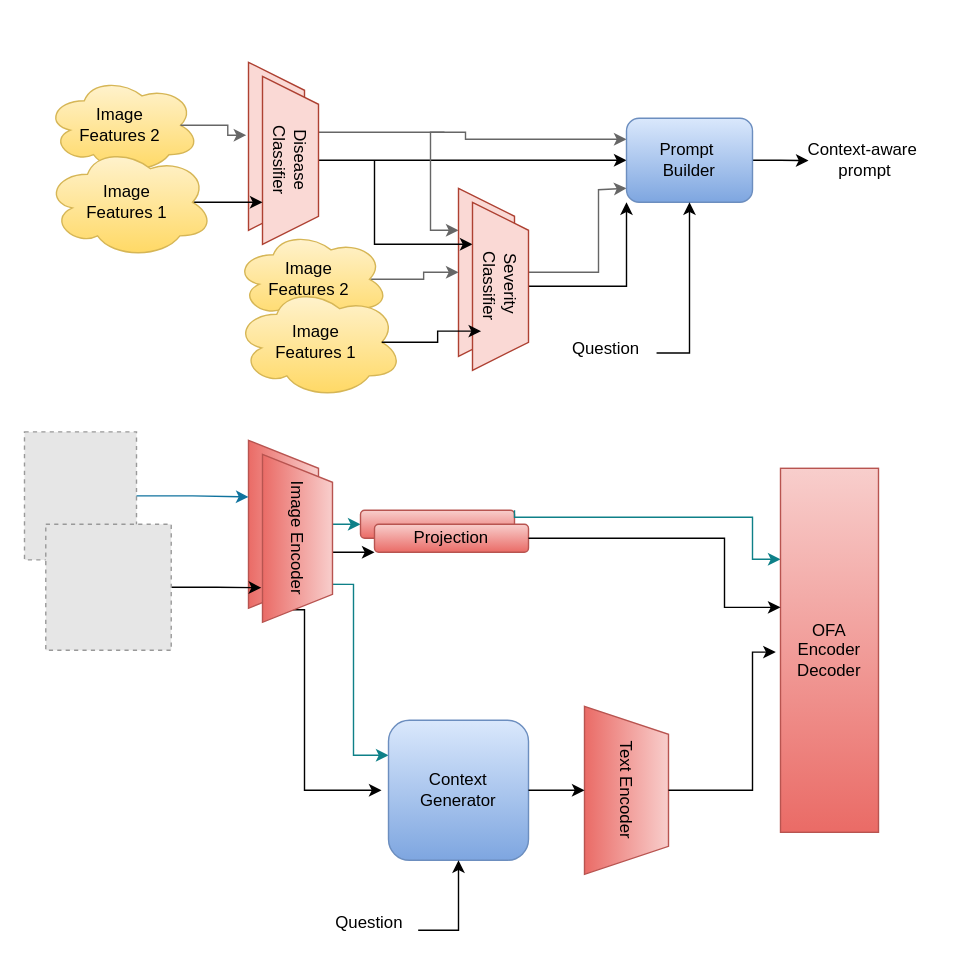
Before: page "Page-2" (2 of 2) of figure/Untitled Diagram.drawio in sebtum/context-aware-diffvqa, a draw.io diagram. Source tidied: cells renumbered, new cells numbered last; positions are measured from the earlier drawing's top-left corner, leaving out a move shared by most shapes. Both pictures are drawn from the tidied source at 140%, with x=0, y=0 at pixel (24, 76). Pictures stored in the file or linked from it are replaced by grey dashed boxes.
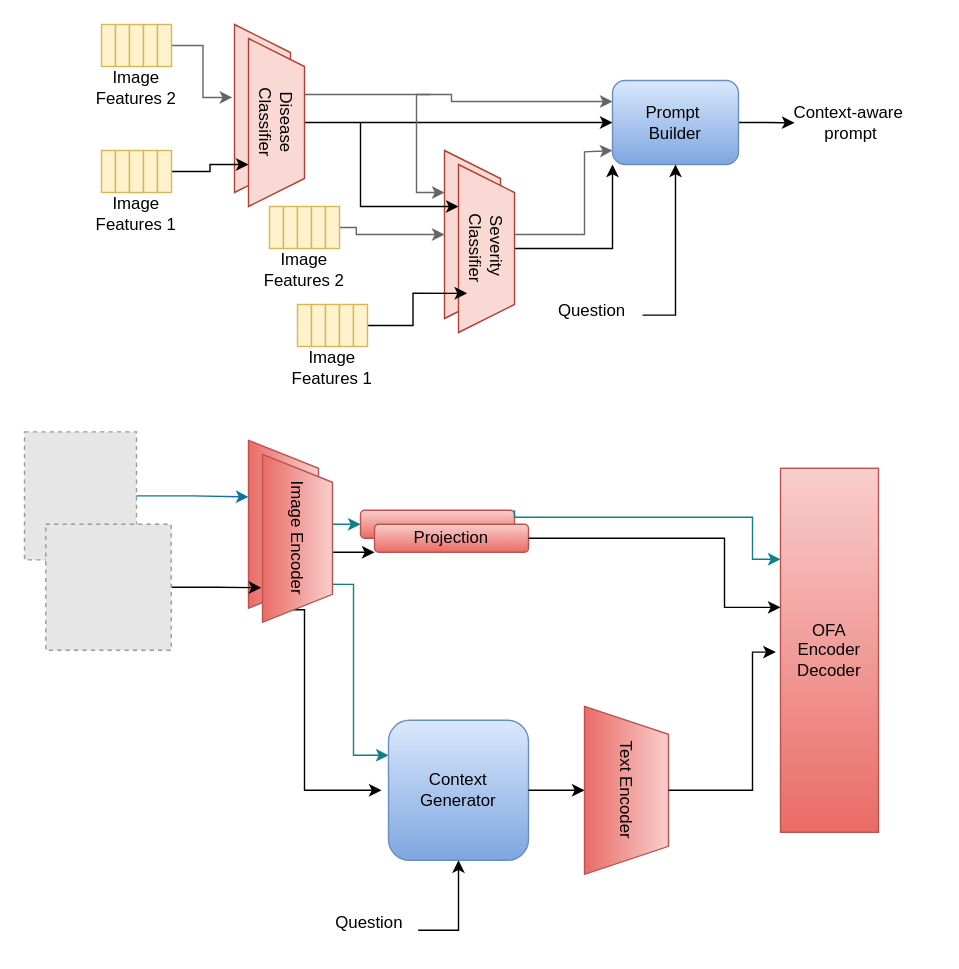
The same page after the edit.

Diff of the diagram source:
```diff
@@
-    <mxCell id="2" value="Image&amp;nbsp;&lt;div&gt;Features 2&amp;nbsp;&lt;/div&gt;" style="ellipse;shape=cloud;whiteSpace=wrap;html=1;fillColor=#fff2cc;gradientColor=#ffd966;strokeColor=#d6b656;" parent="1" vertex="1">
-      <mxGeometry x="15.2" width="110" height="70" as="geometry" />
-    </mxCell>
     <mxCell id="3" style="edgeStyle=orthogonalEdgeStyle;rounded=0;jettySize=auto;html=1;exitX=0.5;exitY=0;exitDx=0;exitDy=0;entryX=0;entryY=0.25;entryDx=0;entryDy=0;fillColor=#f5f5f5;gradientColor=#b3b3b3;strokeColor=#666666;" parent="1" edge="1" source="4" target="35">
       <mxGeometry relative="1" as="geometry">
         <Array as="points">
-          <mxPoint x="200" y="40" />
-          <mxPoint x="315" y="40" />
-          <mxPoint x="315" y="45" />
+          <mxPoint x="190" y="13" />
+          <mxPoint x="305" y="13" />
+          <mxPoint x="305" y="18" />
         </Array>
       </mxGeometry>
     </mxCell>
     <mxCell id="4" style="shape=trapezoid;perimeter=trapezoidPerimeter;whiteSpace=wrap;html=1;fixedSize=1;size=20;rotation=90;fillColor=#fad9d5;strokeColor=#ae4132;" parent="1" vertex="1">
-      <mxGeometry x="120" y="30" width="120" height="40" as="geometry" />
+      <mxGeometry x="110" y="3" width="120" height="40" as="geometry" />
     </mxCell>
@@
     <mxCell id="27" value="Disease&lt;div&gt;Classifier&lt;/div&gt;" style="shape=trapezoid;perimeter=trapezoidPerimeter;whiteSpace=wrap;html=1;fixedSize=1;size=20;rotation=90;fillColor=#fad9d5;strokeColor=#ae4132;" parent="1" vertex="1">
-      <mxGeometry x="130" y="40" width="120" height="40" as="geometry" />
+      <mxGeometry x="120" y="13" width="120" height="40" as="geometry" />
     </mxCell>
     <mxCell id="28" style="edgeStyle=orthogonalEdgeStyle;rounded=0;jettySize=auto;html=1;exitX=0.5;exitY=0;exitDx=0;exitDy=0;fillColor=#f5f5f5;gradientColor=#b3b3b3;strokeColor=#666666;" parent="1" edge="1" source="30">
       <mxGeometry relative="1" as="geometry">
-        <mxPoint x="430" y="80" as="targetPoint" />
+        <mxPoint x="420" y="53" as="targetPoint" />
         <Array as="points">
-          <mxPoint x="410" y="140" />
-          <mxPoint x="410" y="81" />
-          <mxPoint x="430" y="81" />
+          <mxPoint x="400" y="113" />
+          <mxPoint x="400" y="54" />
+          <mxPoint x="420" y="54" />
         </Array>
       </mxGeometry>
     </mxCell>
     <mxCell id="29" style="edgeStyle=orthogonalEdgeStyle;rounded=0;jettySize=auto;html=1;exitX=0.25;exitY=1;exitDx=0;exitDy=0;fillColor=#f5f5f5;gradientColor=#b3b3b3;strokeColor=#666666;entryX=0.25;entryY=1;entryDx=0;entryDy=0;" parent="1" edge="1" target="30">
       <mxGeometry relative="1" as="geometry">
-        <mxPoint x="300" y="40" as="sourcePoint" />
+        <mxPoint x="290" y="13" as="sourcePoint" />
         <Array as="points">
-          <mxPoint x="290" y="40" />
-          <mxPoint x="290" y="110" />
+          <mxPoint x="280" y="13" />
+          <mxPoint x="280" y="83" />
         </Array>
       </mxGeometry>
     </mxCell>
     <mxCell id="30" style="shape=trapezoid;perimeter=trapezoidPerimeter;whiteSpace=wrap;html=1;fixedSize=1;size=20;rotation=90;fillColor=#fad9d5;strokeColor=#ae4132;" parent="1" vertex="1">
-      <mxGeometry x="270" y="120" width="120" height="40" as="geometry" />
+      <mxGeometry x="260" y="93" width="120" height="40" as="geometry" />
     </mxCell>
     <mxCell id="31" style="edgeStyle=orthogonalEdgeStyle;rounded=0;jettySize=auto;html=1;exitX=0.5;exitY=1;exitDx=0;exitDy=0;entryX=0.25;entryY=1;entryDx=0;entryDy=0;" parent="1" edge="1" target="33">
       <mxGeometry relative="1" as="geometry">
-        <mxPoint x="250" y="60" as="sourcePoint" />
+        <mxPoint x="240" y="33" as="sourcePoint" />
         <Array as="points">
-          <mxPoint x="250" y="120" />
+          <mxPoint x="240" y="93" />
         </Array>
       </mxGeometry>
     </mxCell>
@@
     <mxCell id="33" value="Severity&amp;nbsp;&lt;div&gt;Classifier&lt;/div&gt;" style="shape=trapezoid;perimeter=trapezoidPerimeter;whiteSpace=wrap;html=1;fixedSize=1;size=20;rotation=90;fillColor=#fad9d5;strokeColor=#ae4132;" parent="1" vertex="1">
-      <mxGeometry x="280" y="130" width="120" height="40" as="geometry" />
+      <mxGeometry x="270" y="103" width="120" height="40" as="geometry" />
     </mxCell>
     <mxCell id="34" style="edgeStyle=orthogonalEdgeStyle;rounded=0;jettySize=auto;html=1;exitX=1;exitY=0.5;exitDx=0;exitDy=0;" parent="1" edge="1" source="35">
       <mxGeometry relative="1" as="geometry">
-        <mxPoint x="560" y="60.2" as="targetPoint" />
+        <mxPoint x="550" y="33.2" as="targetPoint" />
       </mxGeometry>
     </mxCell>
     <mxCell id="35" value="Prompt&amp;nbsp;&lt;div&gt;Builder&lt;/div&gt;" style="rounded=1;whiteSpace=wrap;html=1;fillColor=#dae8fc;gradientColor=#7ea6e0;strokeColor=#6c8ebf;" parent="1" vertex="1">
-      <mxGeometry x="430" y="30" width="90" height="60" as="geometry" />
+      <mxGeometry x="420" y="3" width="90" height="60" as="geometry" />
     </mxCell>
     <mxCell id="36" value="Question" style="text;html=1;align=center;verticalAlign=middle;points=[];strokeColor=none;fillColor=none;" parent="1" vertex="1">
-      <mxGeometry x="380" y="180" width="70" height="30" as="geometry" />
+      <mxGeometry x="370" y="153" width="70" height="30" as="geometry" />
     </mxCell>
     <mxCell id="37" style="edgeStyle=orthogonalEdgeStyle;rounded=0;jettySize=auto;html=1;exitX=1.021;exitY=0.587;exitDx=0;exitDy=0;entryX=0.5;entryY=1;entryDx=0;entryDy=0;exitPerimeter=0;" parent="1" edge="1" source="36" target="35">
       <mxGeometry relative="1" as="geometry">
         <Array as="points">
-          <mxPoint x="475" y="198" />
+          <mxPoint x="465" y="171" />
         </Array>
       </mxGeometry>
     </mxCell>
-    <mxCell id="38" style="edgeStyle=orthogonalEdgeStyle;rounded=0;jettySize=auto;html=1;exitX=0.875;exitY=0.5;exitDx=0;exitDy=0;exitPerimeter=0;entryX=0.75;entryY=1;entryDx=0;entryDy=0;" parent="1" edge="1" source="39" target="27">
+    <mxCell id="38" style="edgeStyle=orthogonalEdgeStyle;rounded=0;jettySize=auto;html=1;exitX=1;exitY=0.5;exitDx=0;exitDy=0;entryX=0.75;entryY=1;entryDx=0;entryDy=0;" parent="1" edge="1" source="77" target="27">
       <mxGeometry relative="1" as="geometry" />
     </mxCell>
-    <mxCell id="39" value="Image&amp;nbsp;&lt;div&gt;Features 1&amp;nbsp;&lt;/div&gt;" style="ellipse;shape=cloud;whiteSpace=wrap;html=1;fillColor=#fff2cc;gradientColor=#ffd966;strokeColor=#d6b656;" parent="1" vertex="1">
-      <mxGeometry x="15" y="50" width="120" height="80" as="geometry" />
-    </mxCell>
-    <mxCell id="40" style="edgeStyle=orthogonalEdgeStyle;rounded=0;jettySize=auto;html=1;exitX=0.875;exitY=0.5;exitDx=0;exitDy=0;exitPerimeter=0;entryX=0.434;entryY=1.04;entryDx=0;entryDy=0;entryPerimeter=0;fillColor=#f5f5f5;gradientColor=#b3b3b3;strokeColor=#666666;" parent="1" edge="1" source="2" target="4">
+    <mxCell id="40" style="edgeStyle=orthogonalEdgeStyle;rounded=0;jettySize=auto;html=1;exitX=1;exitY=0.5;exitDx=0;exitDy=0;entryX=0.434;entryY=1.04;entryDx=0;entryDy=0;entryPerimeter=0;fillColor=#f5f5f5;gradientColor=#b3b3b3;strokeColor=#666666;" parent="1" edge="1" source="69" target="4">
       <mxGeometry relative="1" as="geometry" />
     </mxCell>
-    <mxCell id="41" style="edgeStyle=orthogonalEdgeStyle;rounded=0;jettySize=auto;html=1;exitX=0.875;exitY=0.5;exitDx=0;exitDy=0;exitPerimeter=0;entryX=0.5;entryY=1;entryDx=0;entryDy=0;fillColor=#f5f5f5;gradientColor=#b3b3b3;strokeColor=#666666;" parent="1" edge="1" source="42" target="30">
-      <mxGeometry relative="1" as="geometry" />
+    <mxCell id="41" style="edgeStyle=orthogonalEdgeStyle;rounded=0;jettySize=auto;html=1;exitX=1;exitY=0.5;exitDx=0;exitDy=0;entryX=0.5;entryY=1;entryDx=0;entryDy=0;fillColor=#f5f5f5;gradientColor=#b3b3b3;strokeColor=#666666;" parent="1" edge="1" source="53" target="30">
+      <mxGeometry relative="1" as="geometry">
+        <Array as="points">
+          <mxPoint x="237" y="108" />
+          <mxPoint x="237" y="113" />
+        </Array>
+      </mxGeometry>
     </mxCell>
-    <mxCell id="42" value="Image&amp;nbsp;&lt;div&gt;Features 2&amp;nbsp;&lt;/div&gt;" style="ellipse;shape=cloud;whiteSpace=wrap;html=1;fillColor=#fff2cc;gradientColor=#ffd966;strokeColor=#d6b656;" parent="1" vertex="1">
-      <mxGeometry x="150.2" y="110" width="110" height="70" as="geometry" />
-    </mxCell>
-    <mxCell id="43" value="Image&amp;nbsp;&lt;div&gt;Features 1&amp;nbsp;&lt;/div&gt;" style="ellipse;shape=cloud;whiteSpace=wrap;html=1;fillColor=#fff2cc;gradientColor=#ffd966;strokeColor=#d6b656;" parent="1" vertex="1">
-      <mxGeometry x="150.2" y="150" width="120" height="80" as="geometry" />
-    </mxCell>
-    <mxCell id="44" style="edgeStyle=orthogonalEdgeStyle;rounded=0;jettySize=auto;html=1;exitX=0.875;exitY=0.5;exitDx=0;exitDy=0;exitPerimeter=0;entryX=0.767;entryY=0.846;entryDx=0;entryDy=0;entryPerimeter=0;" parent="1" edge="1" source="43" target="33">
+    <mxCell id="44" style="edgeStyle=orthogonalEdgeStyle;rounded=0;jettySize=auto;html=1;exitX=1;exitY=0.5;exitDx=0;exitDy=0;entryX=0.767;entryY=0.846;entryDx=0;entryDy=0;entryPerimeter=0;" parent="1" edge="1" source="61" target="33">
       <mxGeometry relative="1" as="geometry" />
     </mxCell>
     <mxCell id="45" value="Context-&lt;span style=&quot;background-color: transparent; color: light-dark(rgb(0, 0, 0), rgb(255, 255, 255));&quot;&gt;aware&amp;nbsp;&lt;/span&gt;&lt;div&gt;&lt;span style=&quot;background-color: transparent; color: light-dark(rgb(0, 0, 0), rgb(255, 255, 255));&quot;&gt;prompt&lt;/span&gt;&lt;/div&gt;" style="text;html=1;align=center;verticalAlign=middle;strokeColor=none;fillColor=none;" parent="1" vertex="1">
-      <mxGeometry x="550" y="40" width="100" height="40" as="geometry" />
+      <mxGeometry x="540" y="13" width="100" height="40" as="geometry" />
     </mxCell>
+    <mxCell id="46" style="group;" parent="1" vertex="1">
+      <mxGeometry x="170" y="93" width="60" height="60" as="geometry" />
+    </mxCell>
+    <mxCell id="47" value="Image Features 2" style="text;html=1;align=center;verticalAlign=middle;whiteSpace=wrap;rounded=0;" parent="46" vertex="1">
+      <mxGeometry y="30" width="60" height="30" as="geometry" />
+    </mxCell>
+    <mxCell id="48" style="group;" parent="46" vertex="1">
+      <mxGeometry x="5" width="50" height="30" as="geometry" />
+    </mxCell>
+    <mxCell id="49" style="rounded=0;whiteSpace=wrap;html=1;fillColor=#fff2cc;strokeColor=#d6b656;" parent="48" vertex="1">
+      <mxGeometry width="10" height="30" as="geometry" />
+    </mxCell>
+    <mxCell id="50" style="rounded=0;whiteSpace=wrap;html=1;fillColor=#fff2cc;strokeColor=#d6b656;" parent="48" vertex="1">
+      <mxGeometry x="10" width="10" height="30" as="geometry" />
+    </mxCell>
+    <mxCell id="51" style="rounded=0;whiteSpace=wrap;html=1;fillColor=#fff2cc;strokeColor=#d6b656;" parent="48" vertex="1">
+      <mxGeometry x="20" width="10" height="30" as="geometry" />
+    </mxCell>
+    <mxCell id="52" style="rounded=0;whiteSpace=wrap;html=1;fillColor=#fff2cc;strokeColor=#d6b656;" parent="48" vertex="1">
+      <mxGeometry x="30" width="10" height="30" as="geometry" />
+    </mxCell>
+    <mxCell id="53" style="rounded=0;whiteSpace=wrap;html=1;fillColor=#fff2cc;strokeColor=#d6b656;" parent="48" vertex="1">
+      <mxGeometry x="40" width="10" height="30" as="geometry" />
+    </mxCell>
+    <mxCell id="54" style="group;" parent="1" vertex="1">
+      <mxGeometry x="190" y="163" width="60" height="60" as="geometry" />
+    </mxCell>
+    <mxCell id="55" value="Image Features&amp;nbsp;&lt;span style=&quot;background-color: transparent; color: light-dark(rgb(0, 0, 0), rgb(255, 255, 255));&quot;&gt;1&lt;/span&gt;" style="text;html=1;align=center;verticalAlign=middle;whiteSpace=wrap;rounded=0;" parent="54" vertex="1">
+      <mxGeometry y="30" width="60" height="30" as="geometry" />
+    </mxCell>
+    <mxCell id="56" style="group;" parent="54" vertex="1">
+      <mxGeometry x="5" width="50" height="30" as="geometry" />
+    </mxCell>
+    <mxCell id="57" style="rounded=0;whiteSpace=wrap;html=1;fillColor=#fff2cc;strokeColor=#d6b656;" parent="56" vertex="1">
+      <mxGeometry width="10" height="30" as="geometry" />
+    </mxCell>
+    <mxCell id="58" style="rounded=0;whiteSpace=wrap;html=1;fillColor=#fff2cc;strokeColor=#d6b656;" parent="56" vertex="1">
+      <mxGeometry x="10" width="10" height="30" as="geometry" />
+    </mxCell>
+    <mxCell id="59" style="rounded=0;whiteSpace=wrap;html=1;fillColor=#fff2cc;strokeColor=#d6b656;" parent="56" vertex="1">
+      <mxGeometry x="20" width="10" height="30" as="geometry" />
+    </mxCell>
+    <mxCell id="60" style="rounded=0;whiteSpace=wrap;html=1;fillColor=#fff2cc;strokeColor=#d6b656;" parent="56" vertex="1">
+      <mxGeometry x="30" width="10" height="30" as="geometry" />
+    </mxCell>
+    <mxCell id="61" style="rounded=0;whiteSpace=wrap;html=1;fillColor=#fff2cc;strokeColor=#d6b656;" parent="56" vertex="1">
+      <mxGeometry x="40" width="10" height="30" as="geometry" />
+    </mxCell>
+    <mxCell id="62" style="group;" parent="1" vertex="1">
+      <mxGeometry x="50" y="-37" width="60" height="60" as="geometry" />
+    </mxCell>
+    <mxCell id="63" value="Image Features 2" style="text;html=1;align=center;verticalAlign=middle;whiteSpace=wrap;rounded=0;" parent="62" vertex="1">
+      <mxGeometry y="30" width="60" height="30" as="geometry" />
+    </mxCell>
+    <mxCell id="64" style="group;" parent="62" vertex="1">
+      <mxGeometry x="5" width="50" height="30" as="geometry" />
+    </mxCell>
+    <mxCell id="65" style="rounded=0;whiteSpace=wrap;html=1;fillColor=#fff2cc;strokeColor=#d6b656;" parent="64" vertex="1">
+      <mxGeometry width="10" height="30" as="geometry" />
+    </mxCell>
+    <mxCell id="66" style="rounded=0;whiteSpace=wrap;html=1;fillColor=#fff2cc;strokeColor=#d6b656;" parent="64" vertex="1">
+      <mxGeometry x="10" width="10" height="30" as="geometry" />
+    </mxCell>
+    <mxCell id="67" style="rounded=0;whiteSpace=wrap;html=1;fillColor=#fff2cc;strokeColor=#d6b656;" parent="64" vertex="1">
+      <mxGeometry x="20" width="10" height="30" as="geometry" />
+    </mxCell>
+    <mxCell id="68" style="rounded=0;whiteSpace=wrap;html=1;fillColor=#fff2cc;strokeColor=#d6b656;" parent="64" vertex="1">
+      <mxGeometry x="30" width="10" height="30" as="geometry" />
+    </mxCell>
+    <mxCell id="69" style="rounded=0;whiteSpace=wrap;html=1;fillColor=#fff2cc;strokeColor=#d6b656;" parent="64" vertex="1">
+      <mxGeometry x="40" width="10" height="30" as="geometry" />
+    </mxCell>
+    <mxCell id="70" style="group;" parent="1" vertex="1">
+      <mxGeometry x="50" y="53" width="60" height="60" as="geometry" />
+    </mxCell>
+    <mxCell id="71" value="Image Features&amp;nbsp;&lt;span style=&quot;background-color: transparent; color: light-dark(rgb(0, 0, 0), rgb(255, 255, 255));&quot;&gt;1&lt;/span&gt;" style="text;html=1;align=center;verticalAlign=middle;whiteSpace=wrap;rounded=0;" parent="70" vertex="1">
+      <mxGeometry y="30" width="60" height="30" as="geometry" />
+    </mxCell>
+    <mxCell id="72" style="group;" parent="70" vertex="1">
+      <mxGeometry x="5" width="50" height="30" as="geometry" />
+    </mxCell>
+    <mxCell id="73" style="rounded=0;whiteSpace=wrap;html=1;fillColor=#fff2cc;strokeColor=#d6b656;" parent="72" vertex="1">
+      <mxGeometry width="10" height="30" as="geometry" />
+    </mxCell>
+    <mxCell id="74" style="rounded=0;whiteSpace=wrap;html=1;fillColor=#fff2cc;strokeColor=#d6b656;" parent="72" vertex="1">
+      <mxGeometry x="10" width="10" height="30" as="geometry" />
+    </mxCell>
+    <mxCell id="75" style="rounded=0;whiteSpace=wrap;html=1;fillColor=#fff2cc;strokeColor=#d6b656;" parent="72" vertex="1">
+      <mxGeometry x="20" width="10" height="30" as="geometry" />
+    </mxCell>
+    <mxCell id="76" style="rounded=0;whiteSpace=wrap;html=1;fillColor=#fff2cc;strokeColor=#d6b656;" parent="72" vertex="1">
+      <mxGeometry x="30" width="10" height="30" as="geometry" />
+    </mxCell>
+    <mxCell id="77" style="rounded=0;whiteSpace=wrap;html=1;fillColor=#fff2cc;strokeColor=#d6b656;" parent="72" vertex="1">
+      <mxGeometry x="40" width="10" height="30" as="geometry" />
+    </mxCell>
```
